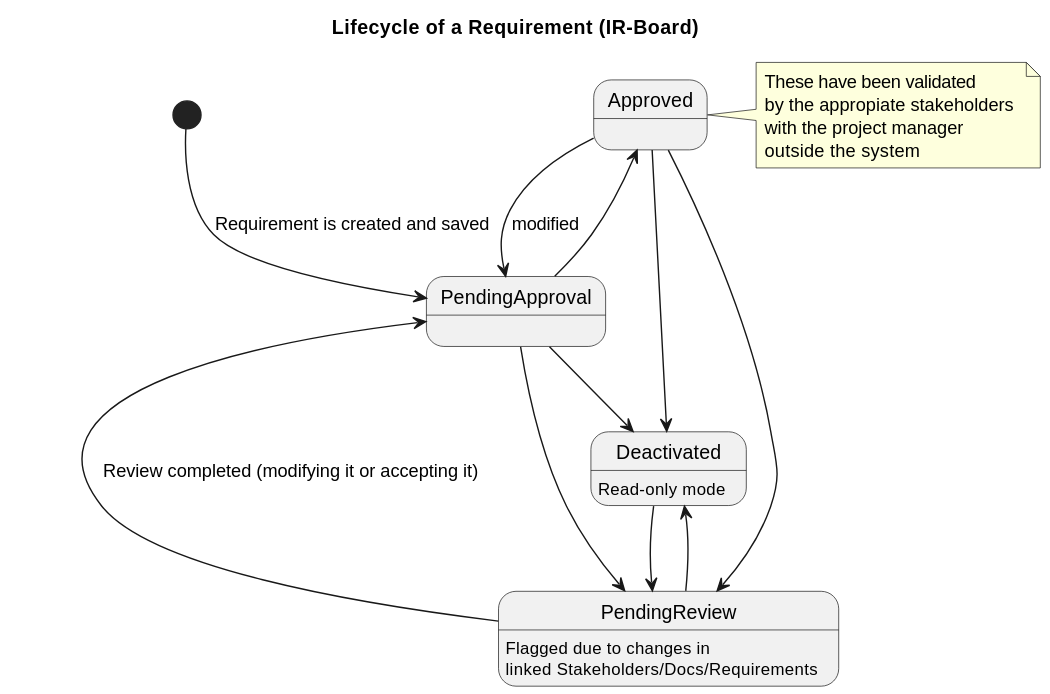
Above: docs/diagrams/RequirementStates.svg in Y4vra/IRBoard (PlantUML), before the change. Source of this version:
```plantuml
@startuml
title Lifecycle of a Requirement (IR-Board)

state PendingApproval

state PendingReview {
  PendingReview : Flagged due to changes in
  PendingReview : linked Stakeholders/Docs/Requirements
}

state Approved
note right of Approved
  These have been validated
  by the appropiate stakeholders
  with the project manager
  outside the system
end note

state Deactivated{
  Deactivated : Read-only mode
}

[*] --> PendingApproval : Requirement is created and saved

PendingReview --> PendingApproval : Review completed (modifying it or accepting it)
PendingApproval --> PendingReview

PendingApproval --> Approved
Approved --> PendingApproval : modified
Approved --> PendingReview

PendingApproval --> Deactivated
PendingReview --> Deactivated

Approved --> Deactivated

Deactivated --> PendingReview
@enduml
```
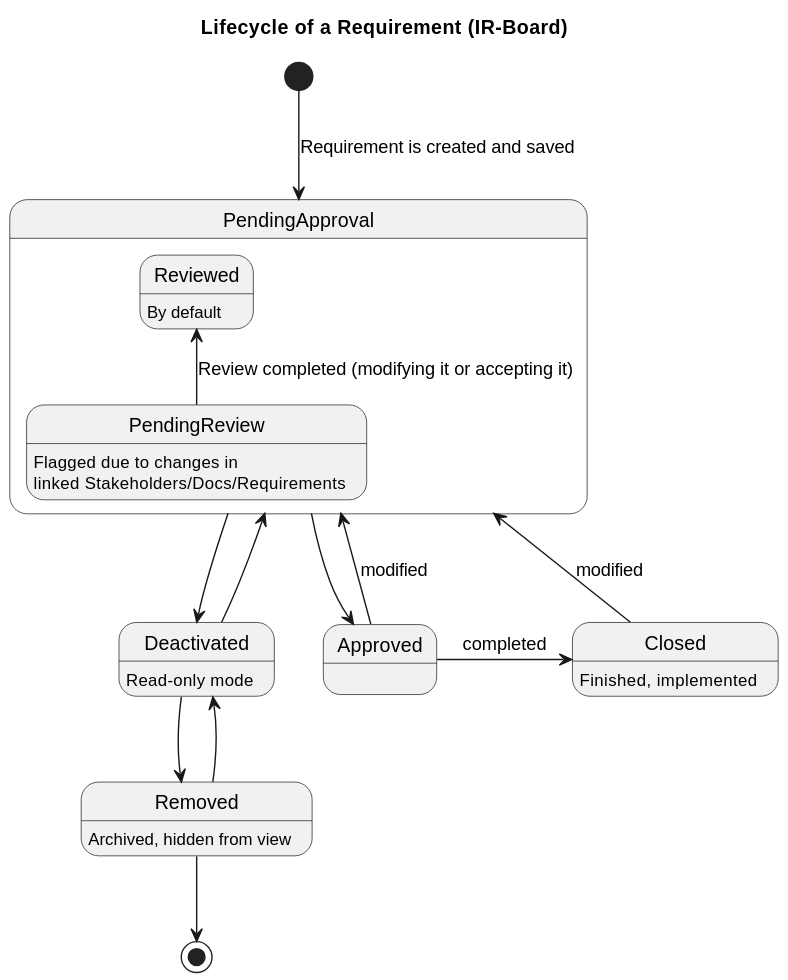
Later version of the same file.

What changed in the source:
```diff
@@ -1,38 +1,37 @@
 @startuml
 title Lifecycle of a Requirement (IR-Board)
 
-state PendingApproval
-
-state PendingReview {
-  PendingReview : Flagged due to changes in
-  PendingReview : linked Stakeholders/Docs/Requirements
+state PendingApproval{
+  state Reviewed : By default
+  state PendingReview {
+    PendingReview : Flagged due to changes in
+    PendingReview : linked Stakeholders/Docs/Requirements
+  }
 }
 
 state Approved
-note right of Approved
-  These have been validated
-  by the appropiate stakeholders
-  with the project manager
-  outside the system
-end note
+state Closed: Finished, implemented
 
-state Deactivated{
-  Deactivated : Read-only mode
-}
+state Deactivated : Read-only mode
 
-[*] --> PendingApproval : Requirement is created and saved
+state Removed: Archived, hidden from view
 
-PendingReview --> PendingApproval : Review completed (modifying it or accepting it)
-PendingApproval --> PendingReview
 
-PendingApproval --> Approved
-Approved --> PendingApproval : modified
-Approved --> PendingReview
+[*] -down-> PendingApproval : Requirement is created and saved
 
-PendingApproval --> Deactivated
-PendingReview --> Deactivated
+PendingReview -up-> Reviewed : Review completed (modifying it or accepting it)
 
-Approved --> Deactivated
+PendingApproval -right-> Approved
+Approved -up-> PendingApproval : modified
 
-Deactivated --> PendingReview
+Approved -right-> Closed : completed
+Closed -left-> PendingApproval : modified
+
+PendingApproval -down-> Deactivated
+Deactivated -up-> PendingApproval
+
+Deactivated -down-> Removed
+Removed -up-> Deactivated
+
+Removed -down->[*]
 @enduml
```
